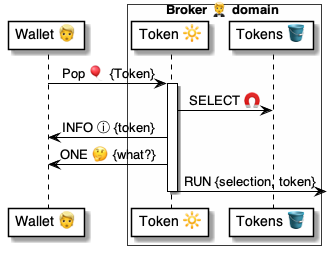
Earlier version of the PlantUML export 4 ⚙️ Solution/20 🧑‍🦰 UI/Brokers 🤵/🤵😃 Broker talkers/PopToken 🎫 talker/Token/🤵 PopToken ⚙️ uml.png (pollyweb-org/pollyweb-docs). Its source is kept beside it as 4 ⚙️ Solution/20 🧑‍🦰 UI/Brokers 🤵/🤵😃 Broker talkers/PopToken 🎫 talker/Token/🤵 PopToken ⚙️ uml.puml.
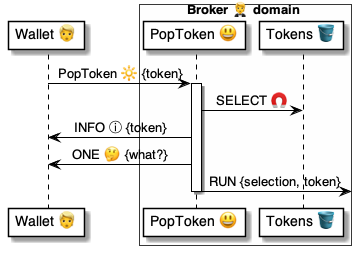
The same diagram one commit later.

The edit, as a diff of the source:
```diff
@@ -2,11 +2,11 @@
 
 participant "Wallet 👱" as wallet
 box Broker 🤵 domain #FFFFFA
-    participant "Token 🔆" as popped
+    participant "PopToken 😃" as popped
     participant "Tokens 🪣" as tokens
 end box
 
-wallet -> popped: Pop 🎈 {Token}
+wallet -> popped: PopToken 🔆 {token}
 
 
 activate popped
```
